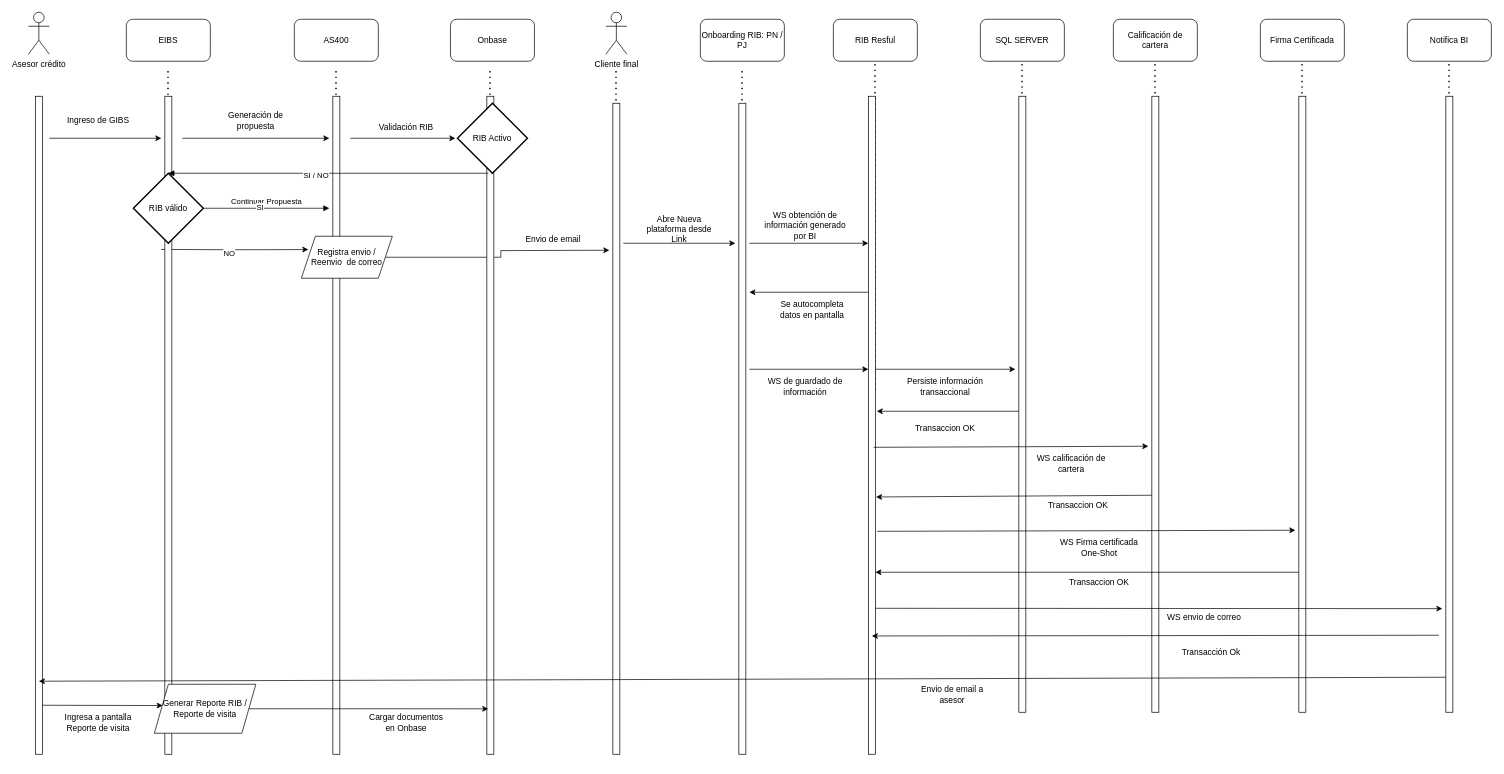
GonzaloDavid/diagramas keeps this draw.io diagram as DiagramaSecuencia.drawio. Above is the earlier version. Source tidied: cells renumbered, new cells numbered last; positions are measured from the earlier drawing's top-left corner, leaving out a move shared by most shapes. Both pictures are drawn from the tidied source at 70%, with x=0, y=0 at pixel (28, 12).
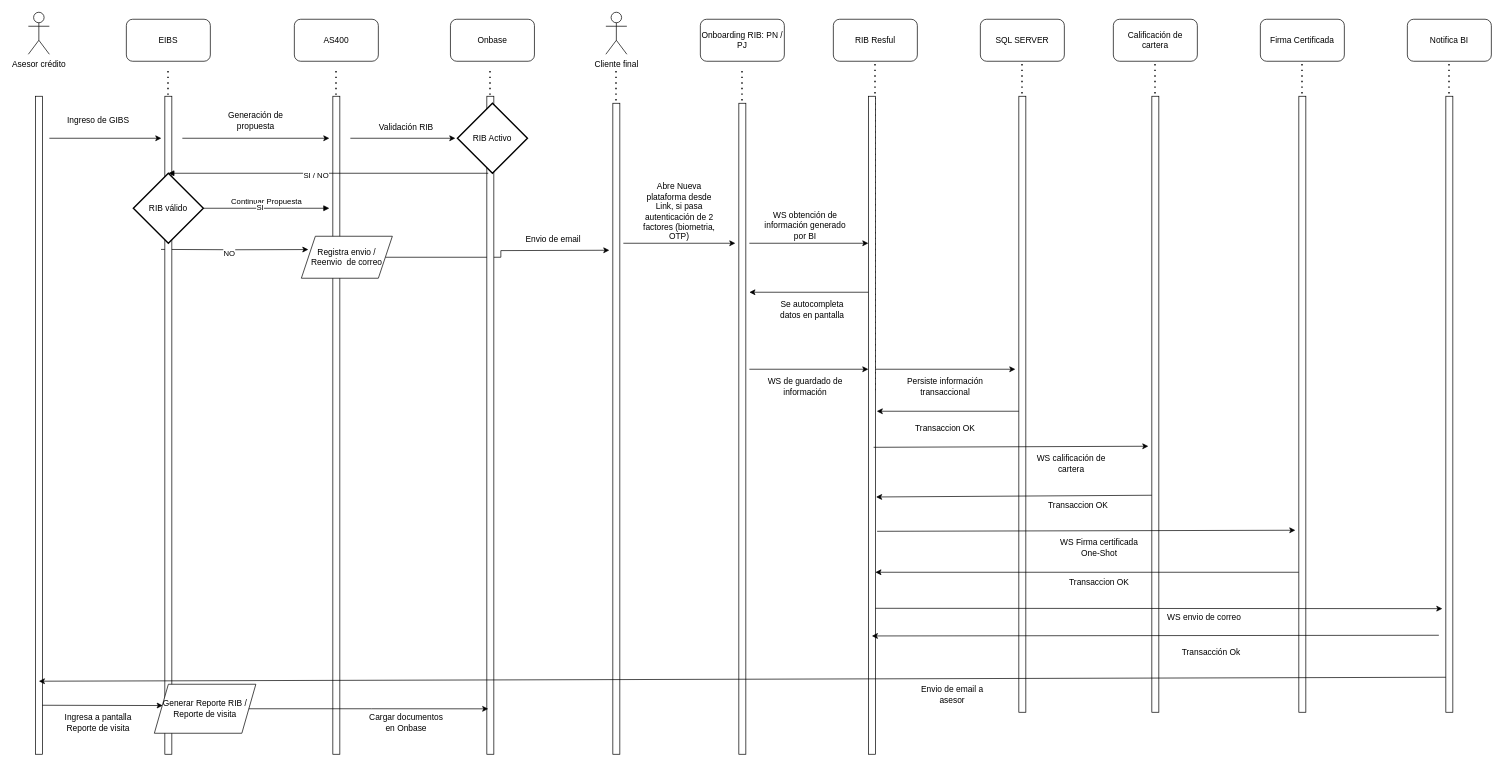
After the change.

What changed in the source:
```diff
@@
-    <mxCell id="55" value="Abre Nueva plataforma desde Link" style="text;html=1;align=center;verticalAlign=middle;whiteSpace=wrap;rounded=0;" parent="1" vertex="1">
-      <mxGeometry x="870" y="295" width="120" height="30" as="geometry" />
+    <mxCell id="55" value="Abre Nueva plataforma desde Link, si pasa autenticación de 2 factores (biometria, OTP)" style="text;html=1;align=center;verticalAlign=middle;whiteSpace=wrap;rounded=0;" parent="1" vertex="1">
+      <mxGeometry x="870" y="270" width="120" height="30" as="geometry" />
     </mxCell>
```
